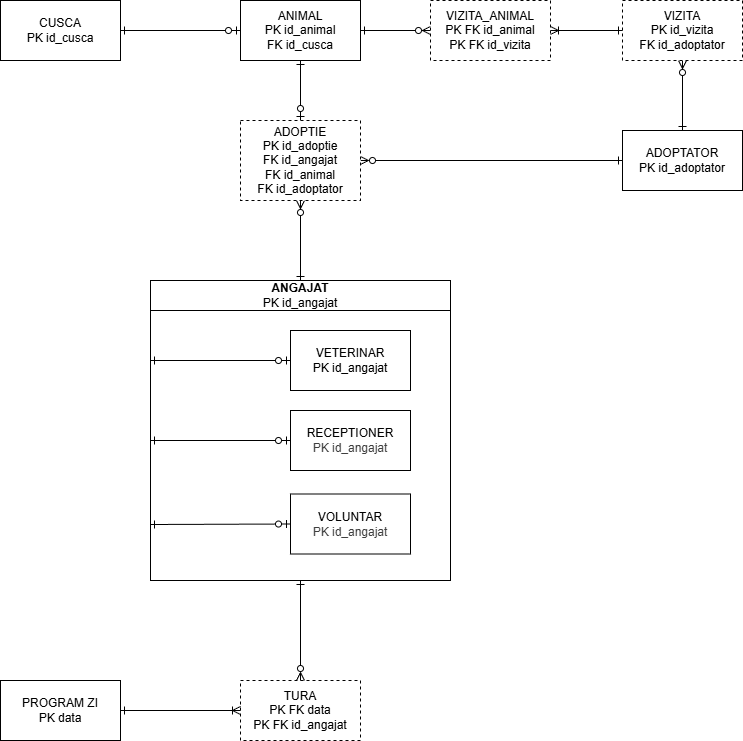
Before: resurse/img/schema-conceptuala-platforma-adoptii.png, a diagram exported from draw.io (Vlad576/Proiect-platforma-adoptii). Source tidied: cells renumbered, new cells last; positions are measured from the earlier drawing's top-left corner, leaving out a move shared by most shapes.
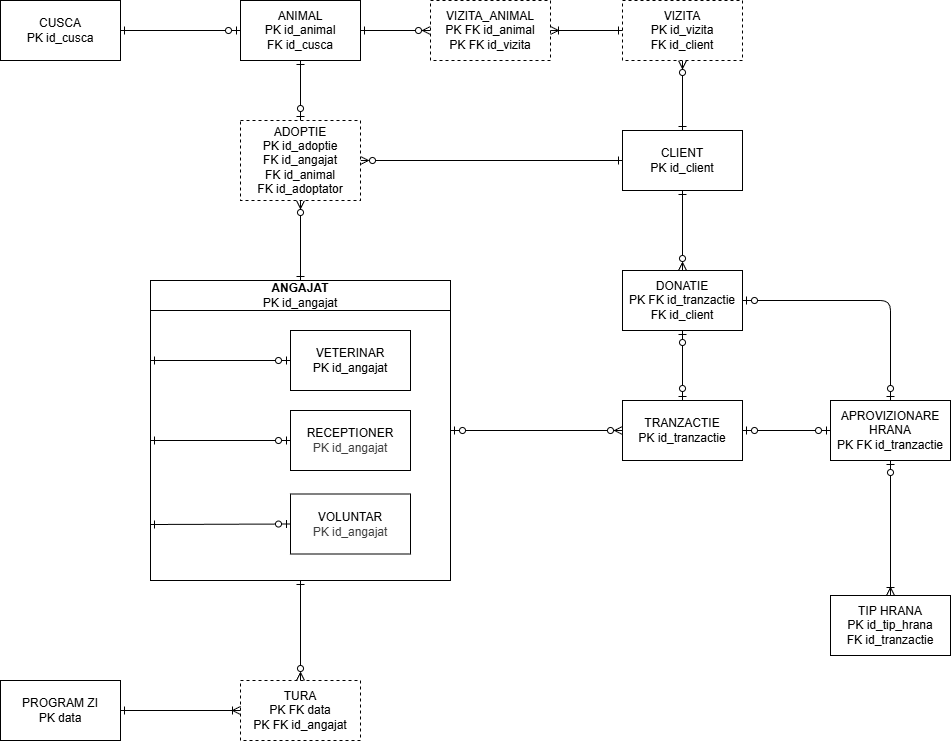
After the change.

Commit message:
export imagini

The edit, as a diff of the source:
```diff
@@ -5,7 +5,7 @@
     <mxCell id="2" value="ANIMAL&lt;div&gt;PK id_animal&lt;/div&gt;&lt;div&gt;FK id_cusca&lt;/div&gt;" style="rounded=0;whiteSpace=wrap;html=1;" parent="1" vertex="1">
       <mxGeometry x="240" width="120" height="60" as="geometry" />
     </mxCell>
-    <mxCell id="3" value="ADOPTATOR&lt;div&gt;PK id_adoptator&lt;/div&gt;" style="rounded=0;whiteSpace=wrap;html=1;" parent="1" vertex="1">
+    <mxCell id="3" value="&lt;div&gt;&lt;font color=&quot;#000000&quot;&gt;CLIENT&lt;/font&gt;&lt;/div&gt;&lt;div&gt;PK id_client&lt;/div&gt;" style="rounded=0;whiteSpace=wrap;html=1;" parent="1" vertex="1">
       <mxGeometry x="622" y="130" width="120" height="60" as="geometry" />
     </mxCell>
     <mxCell id="4" style="group;" parent="1" vertex="1">
@@ -74,7 +74,7 @@
     <mxCell id="22" style="endArrow=ERoneToMany;html=1;exitX=1;exitY=0.5;exitDx=0;exitDy=0;entryX=0;entryY=0.5;entryDx=0;entryDy=0;endFill=0;startArrow=ERone;startFill=0;" parent="1" edge="1" source="21" target="12">
       <mxGeometry relative="1" as="geometry" />
     </mxCell>
-    <mxCell id="23" value="VIZITA&lt;div&gt;PK id_vizita&lt;/div&gt;&lt;div&gt;FK id_adoptator&lt;/div&gt;" style="rounded=0;whiteSpace=wrap;html=1;dashed=1;" parent="1" vertex="1">
+    <mxCell id="23" value="VIZITA&lt;div&gt;PK id_vizita&lt;/div&gt;&lt;div&gt;FK id_client&lt;/div&gt;" style="rounded=0;whiteSpace=wrap;html=1;dashed=1;" parent="1" vertex="1">
       <mxGeometry x="622" width="120" height="60" as="geometry" />
     </mxCell>
     <mxCell id="24" value="ADOPTIE&lt;div&gt;PK id_adoptie&lt;/div&gt;&lt;div&gt;FK id_angajat&lt;/div&gt;&lt;div&gt;FK id_animal&lt;/div&gt;&lt;div&gt;FK id_adoptator&lt;/div&gt;" style="rounded=0;whiteSpace=wrap;html=1;dashed=1;" parent="1" vertex="1">
@@ -86,5 +86,39 @@
     <mxCell id="26" style="endArrow=ERone;html=1;entryX=0;entryY=0.5;entryDx=0;entryDy=0;exitX=1;exitY=0.5;exitDx=0;exitDy=0;endFill=0;startArrow=ERoneToMany;startFill=0;" parent="1" edge="1" source="25" target="23">
       <mxGeometry relative="1" as="geometry" />
     </mxCell>
+    <mxCell id="27" value="TRANZACTIE&lt;div&gt;PK id_tranzactie&lt;/div&gt;" style="rounded=0;whiteSpace=wrap;html=1;" parent="1" vertex="1">
+      <mxGeometry x="622" y="400" width="120" height="60" as="geometry" />
+    </mxCell>
+    <mxCell id="28" style="endArrow=ERzeroToMany;html=1;exitX=1;exitY=0.5;exitDx=0;exitDy=0;entryX=0;entryY=0.5;entryDx=0;entryDy=0;endFill=0;startArrow=ERzeroToOne;startFill=0;" parent="1" edge="1" source="5" target="27">
+      <mxGeometry relative="1" as="geometry" />
+    </mxCell>
+    <mxCell id="29" value="DONATIE&lt;div&gt;PK FK id_tranzactie&lt;/div&gt;&lt;div&gt;FK id_client&lt;/div&gt;" style="rounded=0;whiteSpace=wrap;html=1;" parent="1" vertex="1">
+      <mxGeometry x="622" y="270" width="120" height="60" as="geometry" />
+    </mxCell>
+    <mxCell id="30" value="APROVIZIONARE&lt;div&gt;HRANA&lt;/div&gt;&lt;div&gt;PK FK id_tranzactie&lt;/div&gt;" style="rounded=0;whiteSpace=wrap;html=1;" parent="1" vertex="1">
+      <mxGeometry x="830" y="400" width="120" height="60" as="geometry" />
+    </mxCell>
+    <mxCell id="31" value="TIP HRANA&lt;div&gt;PK id_tip_hrana&lt;/div&gt;&lt;div&gt;FK id_tranzactie&lt;/div&gt;" style="rounded=0;whiteSpace=wrap;html=1;" parent="1" vertex="1">
+      <mxGeometry x="830" y="595" width="120" height="60" as="geometry" />
+    </mxCell>
+    <mxCell id="32" style="endArrow=ERzeroToOne;html=1;exitX=0.5;exitY=1;exitDx=0;exitDy=0;endFill=0;startArrow=ERzeroToOne;startFill=0;entryX=0.5;entryY=0;entryDx=0;entryDy=0;" parent="1" edge="1" source="29" target="27">
+      <mxGeometry relative="1" as="geometry" />
+    </mxCell>
+    <mxCell id="33" style="endArrow=ERzeroToOne;html=1;exitX=1;exitY=0.5;exitDx=0;exitDy=0;entryX=0;entryY=0.5;entryDx=0;entryDy=0;endFill=0;startArrow=ERzeroToOne;startFill=0;" parent="1" edge="1" source="27" target="30">
+      <mxGeometry relative="1" as="geometry" />
+    </mxCell>
+    <mxCell id="34" style="endArrow=ERoneToMany;html=1;entryX=0.5;entryY=0;entryDx=0;entryDy=0;endFill=0;exitX=0.5;exitY=1;exitDx=0;exitDy=0;startArrow=ERzeroToOne;startFill=0;" parent="1" edge="1" source="30" target="31">
+      <mxGeometry relative="1" as="geometry" />
+    </mxCell>
+    <mxCell id="35" style="endArrow=ERzeroToOne;html=1;exitX=1;exitY=0.5;exitDx=0;exitDy=0;entryX=0.5;entryY=0;entryDx=0;entryDy=0;endFill=0;startArrow=ERzeroToOne;startFill=0;" parent="1" edge="1" source="29" target="30">
+      <mxGeometry relative="1" as="geometry">
+        <Array as="points">
+          <mxPoint x="890" y="300" />
+        </Array>
+      </mxGeometry>
+    </mxCell>
+    <mxCell id="36" style="endArrow=ERzeroToMany;html=1;entryX=0.5;entryY=0;entryDx=0;entryDy=0;endFill=0;exitX=0.5;exitY=1;exitDx=0;exitDy=0;startArrow=ERone;startFill=0;" parent="1" edge="1" source="3" target="29">
+      <mxGeometry relative="1" as="geometry" />
+    </mxCell>
   </root>
 </mxGraphModel>
```
